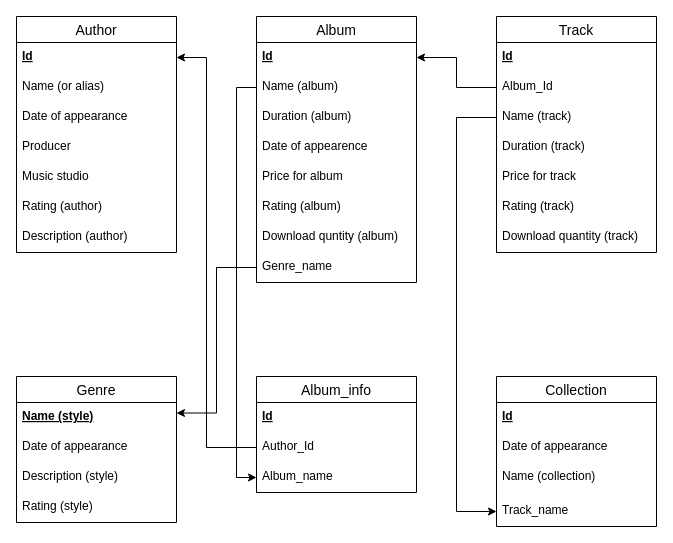
This is Untitled Diagram.drawio from Oleg-Stukalov/draw.io-schemes, a draw.io file, before an edit. Source tidied: cells renumbered, new cells numbered last; positions are measured from the earlier drawing's top-left corner, leaving out a move shared by most shapes. Both pictures are drawn from the tidied source at 100%, with x=0, y=0 at pixel (16, 16).
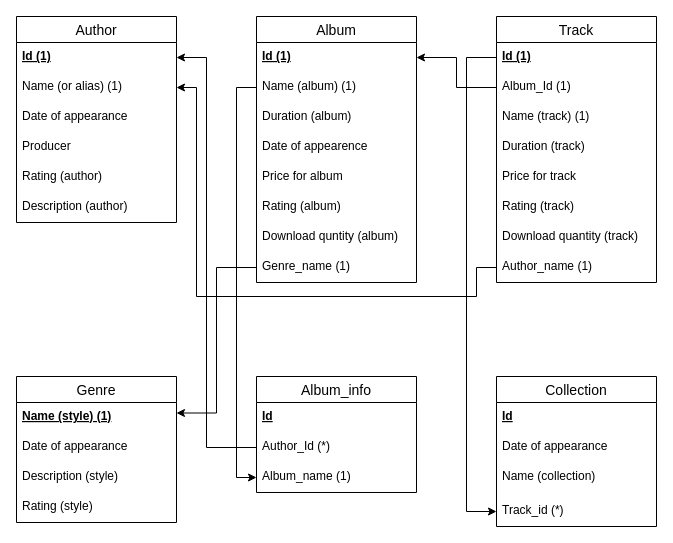
Above is the later version.

The change refers to these unchanged cells:
```xml
<mxCell id="2" value="Album" style="swimlane;fontStyle=0;horizontal=1;startSize=26;align=center;fontSize=14;" parent="1" vertex="1">
  <mxGeometry x="240" width="160" height="266" as="geometry" />
</mxCell>
<mxCell id="27" value="Genre" style="swimlane;fontStyle=0;horizontal=1;startSize=26;align=center;fontSize=14;" parent="1" vertex="1">
  <mxGeometry y="360" width="160" height="146" as="geometry" />
</mxCell>
<mxCell id="33" value="Collection" style="swimlane;fontStyle=0;horizontal=1;startSize=26;align=center;fontSize=14;" parent="1" vertex="1">
  <mxGeometry x="480" y="360" width="160" height="150" as="geometry" />
</mxCell>
<mxCell id="39" value="Album_info" style="swimlane;fontStyle=0;horizontal=1;startSize=26;align=center;fontSize=14;" parent="1" vertex="1">
  <mxGeometry x="240" y="360" width="160" height="116" as="geometry" />
</mxCell>
```

The edit, as a diff of the source:
```diff
@@
-    <mxCell id="3" value="Id" style="text;strokeColor=none;fillColor=none;spacingLeft=4;spacingRight=4;overflow=hidden;points=[[0,0.5],[1,0.5]];portConstraint=eastwest;fontSize=12;fontStyle=5;" parent="2" vertex="1">
+    <mxCell id="3" value="Id (1)" style="text;strokeColor=none;fillColor=none;spacingLeft=4;spacingRight=4;overflow=hidden;points=[[0,0.5],[1,0.5]];portConstraint=eastwest;fontSize=12;fontStyle=5;" parent="2" vertex="1">
       <mxGeometry y="26" width="160" height="30" as="geometry" />
     </mxCell>
-    <mxCell id="4" value="Name (album)" style="text;strokeColor=none;fillColor=none;spacingLeft=4;spacingRight=4;overflow=hidden;points=[[0,0.5],[1,0.5]];portConstraint=eastwest;fontSize=12;" parent="2" vertex="1">
+    <mxCell id="4" value="Name (album) (1)" style="text;strokeColor=none;fillColor=none;spacingLeft=4;spacingRight=4;overflow=hidden;points=[[0,0.5],[1,0.5]];portConstraint=eastwest;fontSize=12;" parent="2" vertex="1">
       <mxGeometry y="56" width="160" height="30" as="geometry" />
     </mxCell>
@@
-    <mxCell id="10" value="Genre_name" style="text;strokeColor=none;fillColor=none;spacingLeft=4;spacingRight=4;overflow=hidden;points=[[0,0.5],[1,0.5]];portConstraint=eastwest;fontSize=12;" parent="2" vertex="1">
+    <mxCell id="10" value="Genre_name (1)" style="text;strokeColor=none;fillColor=none;spacingLeft=4;spacingRight=4;overflow=hidden;points=[[0,0.5],[1,0.5]];portConstraint=eastwest;fontSize=12;" parent="2" vertex="1">
       <mxGeometry y="236" width="160" height="30" as="geometry" />
     </mxCell>
     <mxCell id="11" value="Author" style="swimlane;fontStyle=0;horizontal=1;startSize=26;align=center;fontSize=14;" parent="1" vertex="1">
-      <mxGeometry width="160" height="236" as="geometry" />
+      <mxGeometry width="160" height="206" as="geometry" />
     </mxCell>
-    <mxCell id="12" value="Id" style="text;strokeColor=none;fillColor=none;spacingLeft=4;spacingRight=4;overflow=hidden;points=[[0,0.5],[1,0.5]];portConstraint=eastwest;fontSize=12;fontStyle=5;" parent="11" vertex="1">
+    <mxCell id="12" value="Id (1)" style="text;strokeColor=none;fillColor=none;spacingLeft=4;spacingRight=4;overflow=hidden;points=[[0,0.5],[1,0.5]];portConstraint=eastwest;fontSize=12;fontStyle=5;" parent="11" vertex="1">
       <mxGeometry y="26" width="160" height="30" as="geometry" />
     </mxCell>
-    <mxCell id="13" value="Name (or alias) " style="text;strokeColor=none;fillColor=none;spacingLeft=4;spacingRight=4;overflow=hidden;points=[[0,0.5],[1,0.5]];portConstraint=eastwest;fontSize=12;" parent="11" vertex="1">
+    <mxCell id="13" value="Name (or alias) (1)" style="text;strokeColor=none;fillColor=none;spacingLeft=4;spacingRight=4;overflow=hidden;points=[[0,0.5],[1,0.5]];portConstraint=eastwest;fontSize=12;" parent="11" vertex="1">
       <mxGeometry y="56" width="160" height="30" as="geometry" />
     </mxCell>
@@
-    <mxCell id="16" value="Music studio" style="text;strokeColor=none;fillColor=none;spacingLeft=4;spacingRight=4;overflow=hidden;fontSize=12;" parent="11" vertex="1">
-      <mxGeometry y="146" width="160" height="30" as="geometry" />
-    </mxCell>
     <mxCell id="17" value="Rating (author)" style="text;strokeColor=none;fillColor=none;spacingLeft=4;spacingRight=4;overflow=hidden;fontSize=12;" parent="11" vertex="1">
-      <mxGeometry y="176" width="160" height="30" as="geometry" />
+      <mxGeometry y="146" width="160" height="30" as="geometry" />
     </mxCell>
     <mxCell id="18" value="Description (author)" style="text;strokeColor=none;fillColor=none;spacingLeft=4;spacingRight=4;overflow=hidden;fontSize=12;" parent="11" vertex="1">
-      <mxGeometry y="206" width="160" height="30" as="geometry" />
+      <mxGeometry y="176" width="160" height="30" as="geometry" />
     </mxCell>
     <mxCell id="19" value="Track" style="swimlane;fontStyle=0;horizontal=1;startSize=26;align=center;fontSize=14;" parent="1" vertex="1">
-      <mxGeometry x="480" width="160" height="236" as="geometry" />
+      <mxGeometry x="480" width="160" height="266" as="geometry" />
     </mxCell>
-    <mxCell id="20" value="Id" style="text;strokeColor=none;fillColor=none;spacingLeft=4;spacingRight=4;overflow=hidden;points=[[0,0.5],[1,0.5]];portConstraint=eastwest;fontSize=12;fontStyle=5;" parent="19" vertex="1">
+    <mxCell id="20" value="Id (1)" style="text;strokeColor=none;fillColor=none;spacingLeft=4;spacingRight=4;overflow=hidden;points=[[0,0.5],[1,0.5]];portConstraint=eastwest;fontSize=12;fontStyle=5;" parent="19" vertex="1">
       <mxGeometry y="26" width="160" height="30" as="geometry" />
     </mxCell>
-    <mxCell id="21" value="Album_Id" style="text;strokeColor=none;fillColor=none;spacingLeft=4;spacingRight=4;overflow=hidden;points=[[0,0.5],[1,0.5]];portConstraint=eastwest;fontSize=12;" parent="19" vertex="1">
+    <mxCell id="21" value="Album_Id (1)" style="text;strokeColor=none;fillColor=none;spacingLeft=4;spacingRight=4;overflow=hidden;points=[[0,0.5],[1,0.5]];portConstraint=eastwest;fontSize=12;" parent="19" vertex="1">
       <mxGeometry y="56" width="160" height="30" as="geometry" />
     </mxCell>
-    <mxCell id="22" value="Name (track)" style="text;strokeColor=none;fillColor=none;spacingLeft=4;spacingRight=4;overflow=hidden;points=[[0,0.5],[1,0.5]];portConstraint=eastwest;fontSize=12;" parent="19" vertex="1">
+    <mxCell id="22" value="Name (track) (1)" style="text;strokeColor=none;fillColor=none;spacingLeft=4;spacingRight=4;overflow=hidden;points=[[0,0.5],[1,0.5]];portConstraint=eastwest;fontSize=12;" parent="19" vertex="1">
       <mxGeometry y="86" width="160" height="30" as="geometry" />
     </mxCell>
@@
+    <mxCell id="46" value="Download quantity (track)" style="text;strokeColor=none;fillColor=none;spacingLeft=4;spacingRight=4;overflow=hidden;fontSize=12;" parent="19" vertex="1">
+      <mxGeometry y="206" width="160" height="30" as="geometry" />
+    </mxCell>
-    <mxCell id="26" value="Download quantity (track)" style="text;strokeColor=none;fillColor=none;spacingLeft=4;spacingRight=4;overflow=hidden;points=[[0,0.5],[1,0.5]];portConstraint=eastwest;fontSize=12;" parent="19" vertex="1">
-      <mxGeometry y="206" width="160" height="30" as="geometry" />
+    <mxCell id="26" value="Author_name (1)" style="text;strokeColor=none;fillColor=none;spacingLeft=4;spacingRight=4;overflow=hidden;points=[[0,0.5],[1,0.5]];portConstraint=eastwest;fontSize=12;" parent="19" vertex="1">
+      <mxGeometry y="236" width="160" height="30" as="geometry" />
     </mxCell>
@@
-    <mxCell id="28" value="Name (style)" style="text;strokeColor=none;fillColor=none;spacingLeft=4;spacingRight=4;overflow=hidden;fontSize=12;fontStyle=5;" parent="27" vertex="1">
+    <mxCell id="28" value="Name (style) (1)" style="text;strokeColor=none;fillColor=none;spacingLeft=4;spacingRight=4;overflow=hidden;fontSize=12;fontStyle=5;" parent="27" vertex="1">
       <mxGeometry y="26" width="160" height="30" as="geometry" />
     </mxCell>
@@
-    <mxCell id="37" value="Track_name" style="text;strokeColor=none;fillColor=none;spacingLeft=4;spacingRight=4;overflow=hidden;points=[[0,0.5],[1,0.5]];portConstraint=eastwest;fontSize=12;" parent="33" vertex="1">
+    <mxCell id="37" value="Track_id (*)" style="text;strokeColor=none;fillColor=none;spacingLeft=4;spacingRight=4;overflow=hidden;points=[[0,0.5],[1,0.5]];portConstraint=eastwest;fontSize=12;" parent="33" vertex="1">
       <mxGeometry y="120" width="160" height="30" as="geometry" />
     </mxCell>
@@
-    <mxCell id="41" value="Author_Id" style="text;strokeColor=none;fillColor=none;spacingLeft=4;spacingRight=4;overflow=hidden;points=[[0,0.5],[1,0.5]];portConstraint=eastwest;fontSize=12;" parent="39" vertex="1">
+    <mxCell id="41" value="Author_Id (*)" style="text;strokeColor=none;fillColor=none;spacingLeft=4;spacingRight=4;overflow=hidden;points=[[0,0.5],[1,0.5]];portConstraint=eastwest;fontSize=12;" parent="39" vertex="1">
       <mxGeometry y="56" width="160" height="30" as="geometry" />
     </mxCell>
-    <mxCell id="42" value="Album_name" style="text;strokeColor=none;fillColor=none;spacingLeft=4;spacingRight=4;overflow=hidden;points=[[0,0.5],[1,0.5]];portConstraint=eastwest;fontSize=12;" parent="39" vertex="1">
+    <mxCell id="42" value="Album_name (1)" style="text;strokeColor=none;fillColor=none;spacingLeft=4;spacingRight=4;overflow=hidden;points=[[0,0.5],[1,0.5]];portConstraint=eastwest;fontSize=12;" parent="39" vertex="1">
       <mxGeometry y="86" width="160" height="30" as="geometry" />
     </mxCell>
@@
-    <mxCell id="45" style="edgeStyle=orthogonalEdgeStyle;rounded=0;jettySize=auto;html=1;exitX=0;exitY=0.5;exitDx=0;exitDy=0;entryX=0;entryY=0.5;entryDx=0;entryDy=0;" parent="1" edge="1" source="22" target="37">
+    <mxCell id="45" style="edgeStyle=orthogonalEdgeStyle;rounded=0;jettySize=auto;html=1;exitX=0;exitY=0.5;exitDx=0;exitDy=0;entryX=0;entryY=0.5;entryDx=0;entryDy=0;" parent="1" edge="1" source="20" target="37">
       <mxGeometry relative="1" as="geometry">
         <Array as="points">
-          <mxPoint x="440" y="101" />
-          <mxPoint x="440" y="495" />
+          <mxPoint x="450" y="41" />
+          <mxPoint x="450" y="495" />
         </Array>
       </mxGeometry>
     </mxCell>
+    <mxCell id="47" style="edgeStyle=orthogonalEdgeStyle;rounded=0;jettySize=auto;html=1;exitX=0;exitY=0.5;exitDx=0;exitDy=0;" parent="1" edge="1" source="26" target="13">
+      <mxGeometry relative="1" as="geometry">
+        <Array as="points">
+          <mxPoint x="460" y="251" />
+          <mxPoint x="460" y="280" />
+          <mxPoint x="180" y="280" />
+          <mxPoint x="180" y="71" />
+        </Array>
+      </mxGeometry>
+    </mxCell>
```
